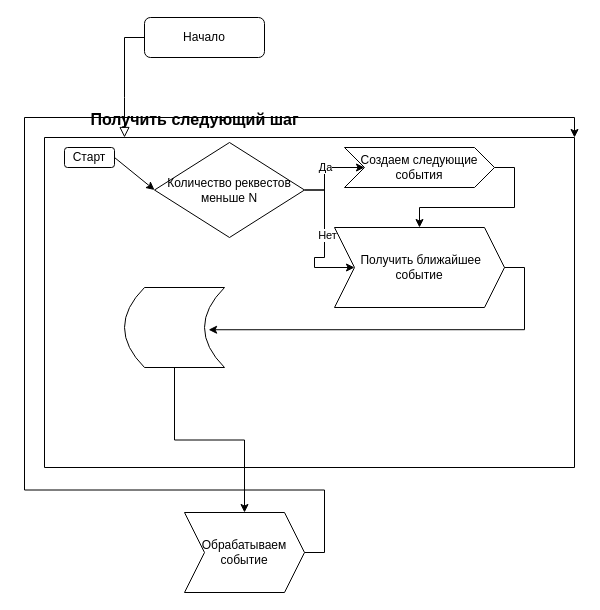
This is APS/Диаграмма без названия.drawio from yarlKot1904/APS, a draw.io file, before an edit. Source tidied: cells renumbered, new cells numbered last; positions are measured from the earlier drawing's top-left corner, leaving out a move shared by most shapes. Both pictures are drawn from the tidied source at 100%, with x=0, y=0 at pixel (44, 17).
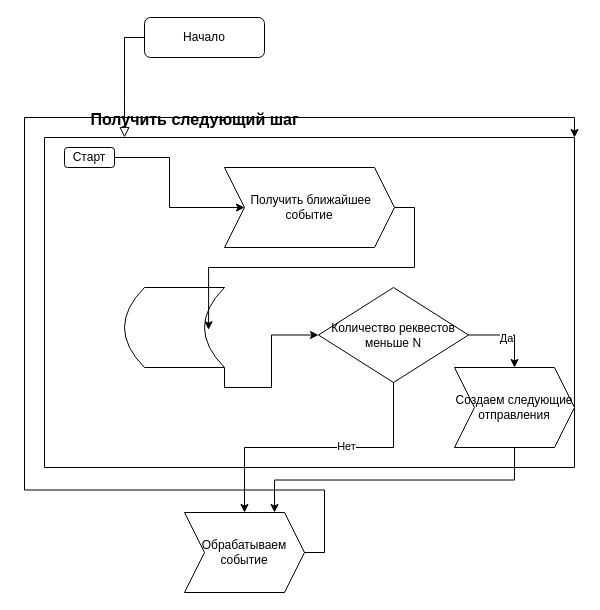
Above is the later version.

Unchanged cells that the change refers to:
```xml
<mxCell id="4" style="swimlane;startSize=0;" parent="1" vertex="1">
  <mxGeometry y="120" width="530" height="330" as="geometry" />
</mxCell>
<mxCell id="5" value="Старт" style="rounded=1;whiteSpace=wrap;html=1;" parent="4" vertex="1">
  <mxGeometry x="20" y="10" width="50" height="20" as="geometry" />
</mxCell>
<mxCell id="19" value="Обрабатываем событие" style="shape=step;perimeter=stepPerimeter;whiteSpace=wrap;html=1;fixedSize=1;" parent="1" vertex="1">
  <mxGeometry x="140" y="495" width="120" height="80" as="geometry" />
</mxCell>
```

The edit, as a diff of the source:
```diff
@@
+    <mxCell id="21" style="edgeStyle=orthogonalEdgeStyle;rounded=0;jettySize=auto;html=1;exitX=1;exitY=0.5;exitDx=0;exitDy=0;" parent="4" edge="1" source="5" target="12">
+      <mxGeometry relative="1" as="geometry" />
+    </mxCell>
@@
-    <mxCell id="6" style="edgeStyle=orthogonalEdgeStyle;rounded=0;jettySize=auto;html=1;exitX=1;exitY=0.5;exitDx=0;exitDy=0;" parent="4" edge="1" source="10" target="12">
-      <mxGeometry relative="1" as="geometry" />
-    </mxCell>
-    <mxCell id="7" value="Нет" style="edgeLabel;html=1;align=center;verticalAlign=middle;" parent="6" vertex="1">
-      <mxGeometry x="-0.12" y="2" relative="1" as="geometry" />
-    </mxCell>
-    <mxCell id="8" style="edgeStyle=orthogonalEdgeStyle;rounded=0;jettySize=auto;html=1;exitX=1;exitY=0.5;exitDx=0;exitDy=0;entryX=0;entryY=0.5;entryDx=0;entryDy=0;" parent="4" edge="1" source="10" target="14">
-      <mxGeometry relative="1" as="geometry" />
-    </mxCell>
+    <mxCell id="12" value="&amp;nbsp;Получить ближайшее событие" style="shape=step;perimeter=stepPerimeter;whiteSpace=wrap;html=1;fixedSize=1;" parent="4" vertex="1">
+      <mxGeometry x="180" y="30" width="170" height="80" as="geometry" />
+    </mxCell>
+    <mxCell id="22" style="edgeStyle=orthogonalEdgeStyle;rounded=0;jettySize=auto;html=1;exitX=1;exitY=1;exitDx=0;exitDy=0;entryX=0;entryY=0.5;entryDx=0;entryDy=0;" parent="4" edge="1" source="15" target="10">
+      <mxGeometry relative="1" as="geometry" />
+    </mxCell>
+    <mxCell id="15" style="shape=dataStorage;whiteSpace=wrap;html=1;fixedSize=1;" parent="4" vertex="1">
+      <mxGeometry x="80" y="150" width="100" height="80" as="geometry" />
+    </mxCell>
+    <mxCell id="16" style="edgeStyle=orthogonalEdgeStyle;rounded=0;jettySize=auto;html=1;exitX=1;exitY=0.5;exitDx=0;exitDy=0;entryX=0.841;entryY=0.528;entryDx=0;entryDy=0;entryPerimeter=0;" parent="4" edge="1" source="12" target="15">
+      <mxGeometry relative="1" as="geometry" />
+    </mxCell>
+    <mxCell id="23" style="edgeStyle=orthogonalEdgeStyle;rounded=0;jettySize=auto;html=1;exitX=1;exitY=0.5;exitDx=0;exitDy=0;entryX=0.5;entryY=0;entryDx=0;entryDy=0;" parent="4" edge="1" source="10" target="24">
+      <mxGeometry relative="1" as="geometry" />
+    </mxCell>
-    <mxCell id="9" value="Да" style="edgeLabel;html=1;align=center;verticalAlign=middle;" parent="8" vertex="1">
-      <mxGeometry x="0.05" y="1" relative="1" as="geometry" />
+    <mxCell id="9" value="Да" style="edgeLabel;html=1;align=center;verticalAlign=middle;" parent="23" vertex="1">
+      <mxGeometry x="-0.06" y="-2" relative="1" as="geometry">
+        <mxPoint y="1" as="offset" />
+      </mxGeometry>
     </mxCell>
     <mxCell id="10" value="Количество реквестов меньше N" style="rhombus;whiteSpace=wrap;html=1;" parent="4" vertex="1">
-      <mxGeometry x="110" y="5" width="150" height="95" as="geometry" />
+      <mxGeometry x="274" y="150" width="150" height="95" as="geometry" />
     </mxCell>
-    <mxCell id="11" style="endArrow=classic;html=1;rounded=0;exitX=1;exitY=0.5;exitDx=0;exitDy=0;entryX=0;entryY=0.5;entryDx=0;entryDy=0;" parent="4" edge="1" source="5" target="10">
-      <mxGeometry relative="1" as="geometry" />
-    </mxCell>
-    <mxCell id="12" value="&amp;nbsp;Получить ближайшее событие" style="shape=step;perimeter=stepPerimeter;whiteSpace=wrap;html=1;fixedSize=1;" parent="4" vertex="1">
-      <mxGeometry x="290" y="90" width="170" height="80" as="geometry" />
-    </mxCell>
-    <mxCell id="13" style="edgeStyle=orthogonalEdgeStyle;rounded=0;jettySize=auto;html=1;exitX=1;exitY=0.5;exitDx=0;exitDy=0;entryX=0.5;entryY=0;entryDx=0;entryDy=0;" parent="4" edge="1" source="14" target="12">
-      <mxGeometry relative="1" as="geometry" />
-    </mxCell>
-    <mxCell id="14" value="Создаем следующие события" style="shape=step;perimeter=stepPerimeter;whiteSpace=wrap;html=1;fixedSize=1;" parent="4" vertex="1">
-      <mxGeometry x="300" y="10" width="150" height="40" as="geometry" />
-    </mxCell>
-    <mxCell id="15" style="shape=dataStorage;whiteSpace=wrap;html=1;fixedSize=1;" parent="4" vertex="1">
-      <mxGeometry x="80" y="150" width="100" height="80" as="geometry" />
-    </mxCell>
-    <mxCell id="16" style="edgeStyle=orthogonalEdgeStyle;rounded=0;jettySize=auto;html=1;exitX=1;exitY=0.5;exitDx=0;exitDy=0;entryX=0.841;entryY=0.528;entryDx=0;entryDy=0;entryPerimeter=0;" parent="4" edge="1" source="12" target="15">
-      <mxGeometry relative="1" as="geometry" />
-    </mxCell>
+    <mxCell id="24" value="Создаем следующие отправления" style="shape=step;perimeter=stepPerimeter;whiteSpace=wrap;html=1;fixedSize=1;" parent="4" vertex="1">
+      <mxGeometry x="410" y="230" width="120" height="80" as="geometry" />
+    </mxCell>
@@
-    <mxCell id="20" style="edgeStyle=orthogonalEdgeStyle;rounded=0;jettySize=auto;html=1;exitX=0.5;exitY=1;exitDx=0;exitDy=0;entryX=0.5;entryY=0;entryDx=0;entryDy=0;" parent="1" edge="1" source="15" target="19">
-      <mxGeometry relative="1" as="geometry" />
-    </mxCell>
+    <mxCell id="25" style="edgeStyle=orthogonalEdgeStyle;rounded=0;jettySize=auto;html=1;exitX=0.5;exitY=1;exitDx=0;exitDy=0;entryX=0.5;entryY=0;entryDx=0;entryDy=0;" parent="1" edge="1" source="10" target="19">
+      <mxGeometry relative="1" as="geometry" />
+    </mxCell>
+    <mxCell id="7" value="Нет" style="edgeLabel;html=1;align=center;verticalAlign=middle;" parent="25" vertex="1">
+      <mxGeometry x="-0.19" y="-2" relative="1" as="geometry" />
+    </mxCell>
+    <mxCell id="26" style="edgeStyle=orthogonalEdgeStyle;rounded=0;jettySize=auto;html=1;exitX=0.5;exitY=1;exitDx=0;exitDy=0;entryX=0.75;entryY=0;entryDx=0;entryDy=0;" parent="1" edge="1" source="24" target="19">
+      <mxGeometry relative="1" as="geometry" />
+    </mxCell>
```
